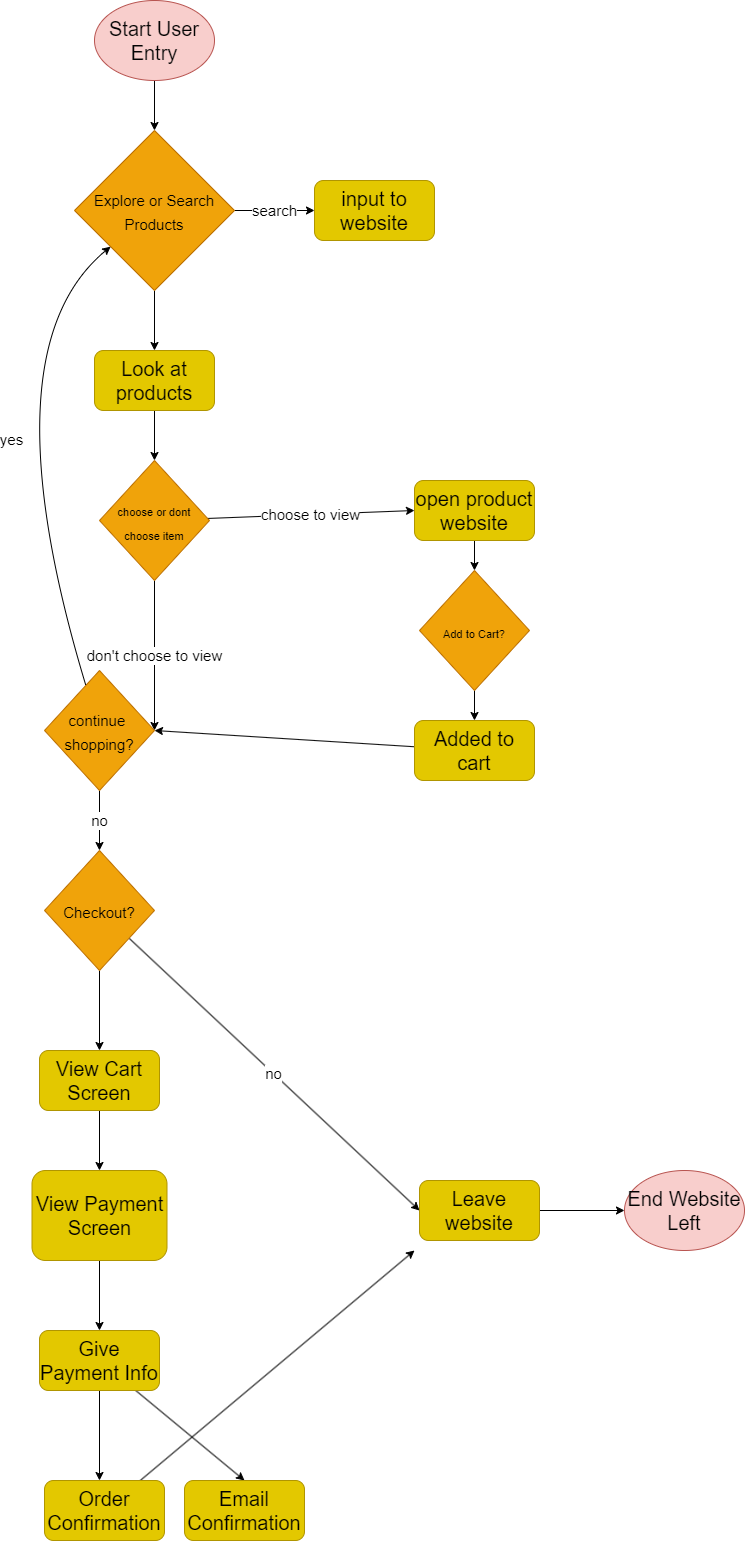
wsugiarto/sp24-cse110-lab4 keeps this draw.io diagram as explore/diagramming/diagram.drawio.png. Above is the earlier version. Source tidied: cells renumbered, new cells last; positions are measured from the earlier drawing's top-left corner, leaving out a move shared by most shapes.
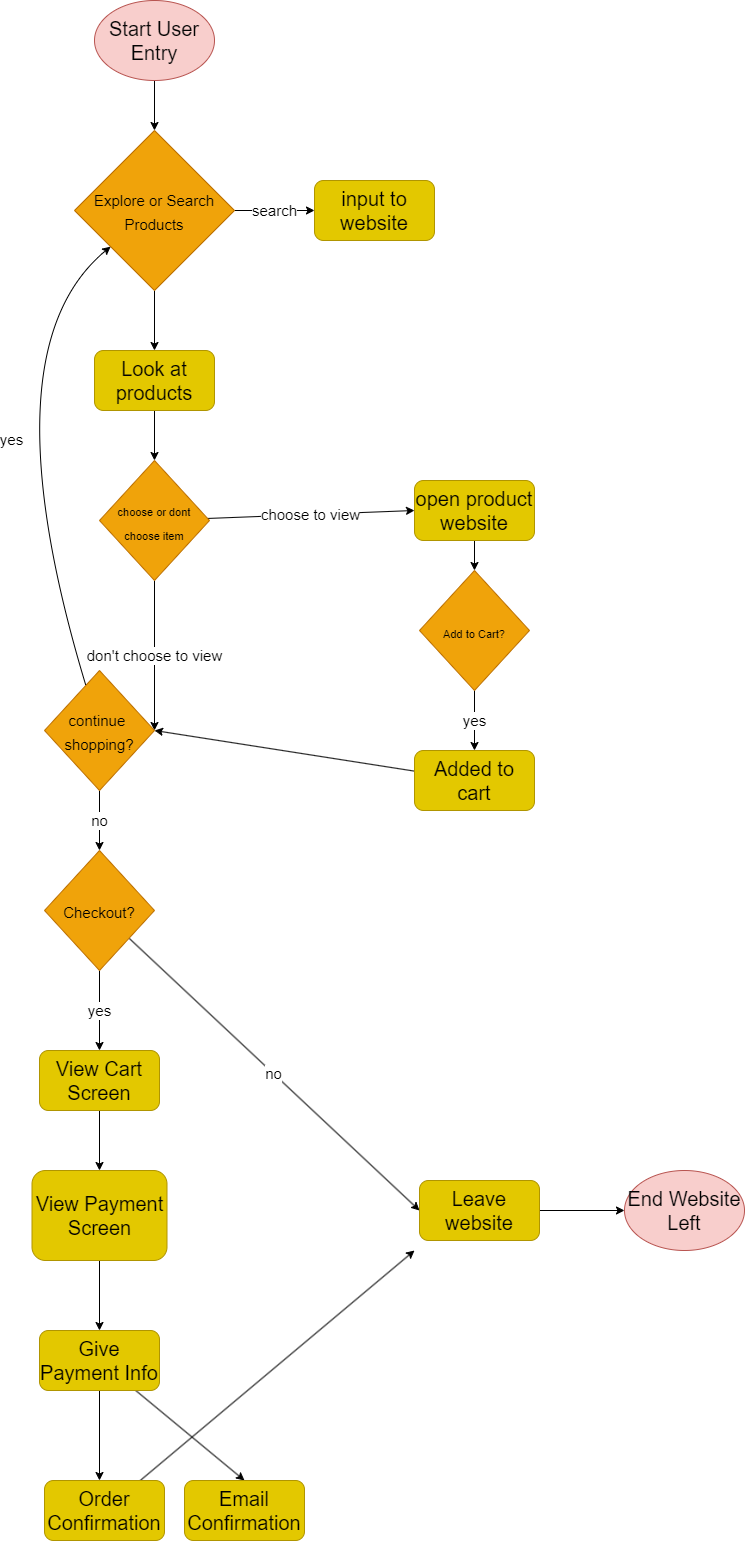
After the commit.

What changed in the source:
```diff
@@ -47,7 +47,7 @@
     <mxCell id="16" value="&lt;font style=&quot;font-size: 15px;&quot;&gt;continue&amp;nbsp;&lt;br&gt;shopping?&lt;br&gt;&lt;/font&gt;" style="rhombus;whiteSpace=wrap;html=1;fontSize=20;fillColor=#f0a30a;fontColor=#000000;strokeColor=#BD7000;" parent="1" vertex="1">
       <mxGeometry x="60" y="670" width="110" height="120" as="geometry" />
     </mxCell>
-    <mxCell id="17" style="edgeStyle=none;html=1;entryX=0.5;entryY=0;entryDx=0;entryDy=0;fontSize=15;" parent="1" edge="1" source="18" target="20">
+    <mxCell id="17" value="yes" style="edgeStyle=none;html=1;entryX=0.5;entryY=0;entryDx=0;entryDy=0;fontSize=15;" parent="1" edge="1" source="18" target="20">
       <mxGeometry relative="1" as="geometry" />
     </mxCell>
     <mxCell id="18" value="&lt;font style=&quot;font-size: 11px;&quot;&gt;Add to Cart?&lt;/font&gt;" style="rhombus;whiteSpace=wrap;html=1;fontSize=20;fillColor=#f0a30a;fontColor=#000000;strokeColor=#BD7000;" parent="1" vertex="1">
@@ -57,7 +57,7 @@
       <mxGeometry relative="1" as="geometry" />
     </mxCell>
     <mxCell id="20" value="Added to cart" style="rounded=1;whiteSpace=wrap;html=1;fontSize=20;fillColor=#e3c800;strokeColor=#B09500;fontColor=#000000;" parent="1" vertex="1">
-      <mxGeometry x="430" y="720" width="120" height="60" as="geometry" />
+      <mxGeometry x="430" y="750" width="120" height="60" as="geometry" />
     </mxCell>
     <mxCell id="21" value="yes" style="curved=1;endArrow=classic;html=1;fontSize=15;" parent="1" edge="1" source="16" target="7">
       <mxGeometry relative="1" as="geometry">
@@ -69,7 +69,7 @@
     <mxCell id="22" value="no&lt;br&gt;" style="edgeStyle=none;html=1;entryX=0;entryY=0.5;entryDx=0;entryDy=0;fontSize=15;" parent="1" edge="1" source="24" target="26">
       <mxGeometry relative="1" as="geometry" />
     </mxCell>
-    <mxCell id="23" style="edgeStyle=none;html=1;entryX=0.5;entryY=0;entryDx=0;entryDy=0;fontSize=15;" parent="1" edge="1" source="24" target="28">
+    <mxCell id="23" value="yes" style="edgeStyle=none;html=1;entryX=0.5;entryY=0;entryDx=0;entryDy=0;fontSize=15;" parent="1" edge="1" source="24" target="28">
       <mxGeometry relative="1" as="geometry" />
     </mxCell>
     <mxCell id="24" value="&lt;font style=&quot;font-size: 15px;&quot;&gt;Checkout?&lt;br&gt;&lt;/font&gt;" style="rhombus;whiteSpace=wrap;html=1;fontSize=20;fillColor=#f0a30a;fontColor=#000000;strokeColor=#BD7000;" parent="1" vertex="1">
```
